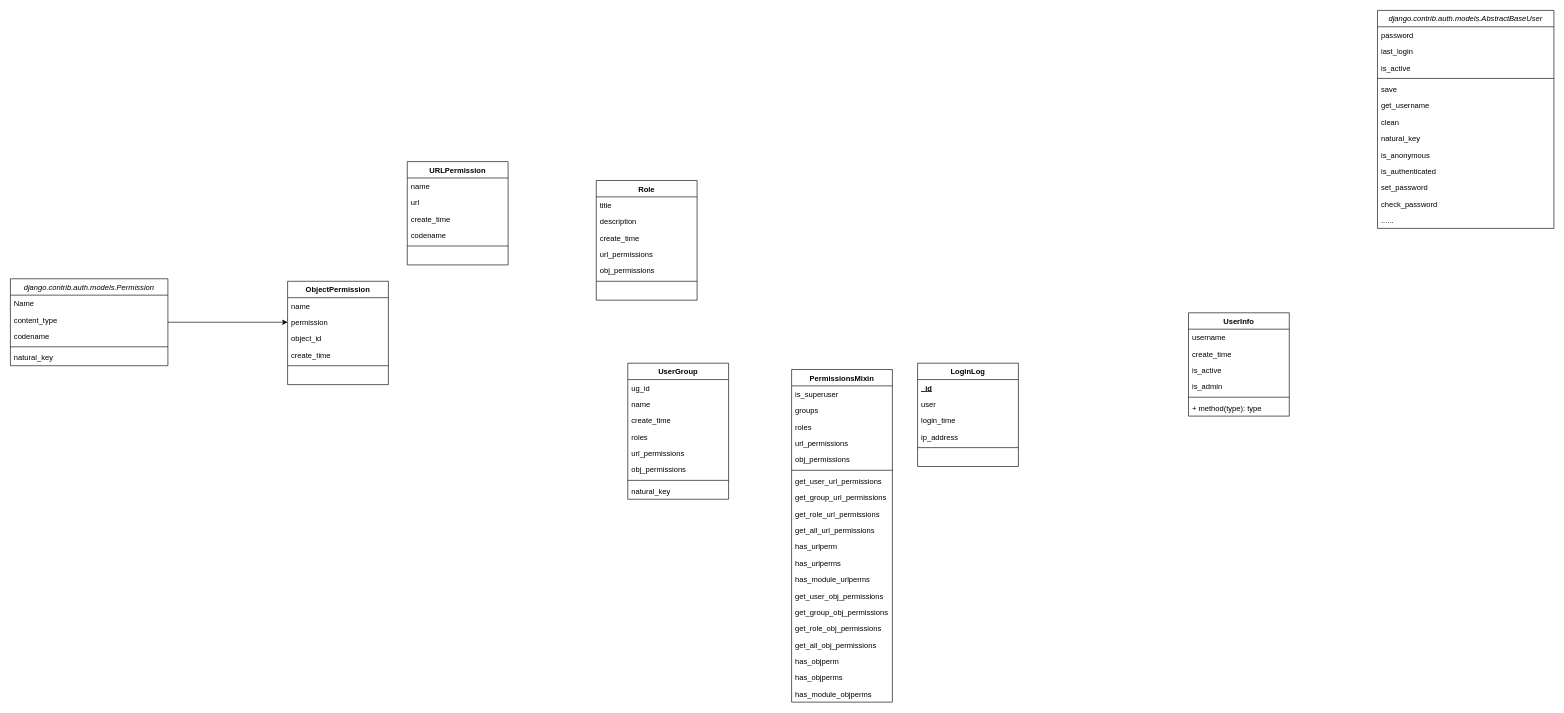
Before: HIS-RBAC-Models.drawio in YuanchenZhu2020/DrawIO, a draw.io diagram. Source tidied: cells renumbered, new cells numbered last; positions are measured from the earlier drawing's top-left corner, leaving out a move shared by most shapes. Both pictures are drawn from the tidied source at 63%, with x=0, y=0 at pixel (10, 10).
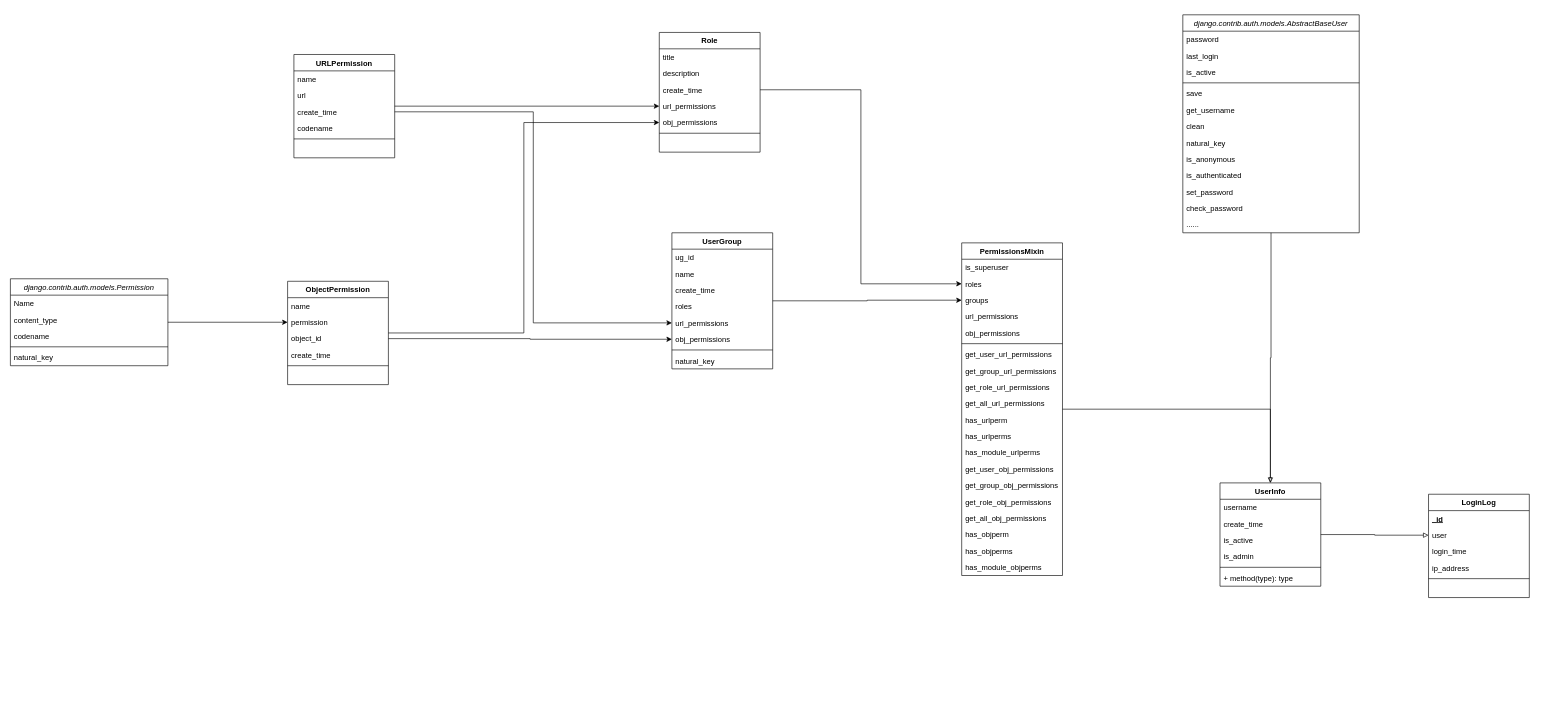
The same page after the edit.

The change refers to these unchanged cells:
```xml
<mxCell id="25" value="user" style="text;strokeColor=none;fillColor=none;align=left;verticalAlign=top;spacingLeft=4;spacingRight=4;overflow=hidden;points=[[0,0.5],[1,0.5]];portConstraint=eastwest;" parent="23" vertex="1">
  <mxGeometry y="52" width="160" height="26" as="geometry" />
</mxCell>
<mxCell id="33" value="create_time" style="text;strokeColor=none;fillColor=none;align=left;verticalAlign=top;spacingLeft=4;spacingRight=4;overflow=hidden;points=[[0,0.5],[1,0.5]];portConstraint=eastwest;" parent="30" vertex="1">
  <mxGeometry y="78" width="160" height="26" as="geometry" />
</mxCell>
<mxCell id="40" value="create_time" style="text;strokeColor=none;fillColor=none;align=left;verticalAlign=top;spacingLeft=4;spacingRight=4;overflow=hidden;points=[[0,0.5],[1,0.5]];portConstraint=eastwest;" parent="37" vertex="1">
  <mxGeometry y="78" width="160" height="26" as="geometry" />
</mxCell>
<mxCell id="41" value="url_permissions" style="text;strokeColor=none;fillColor=none;align=left;verticalAlign=top;spacingLeft=4;spacingRight=4;overflow=hidden;points=[[0,0.5],[1,0.5]];portConstraint=eastwest;" parent="37" vertex="1">
  <mxGeometry y="104" width="160" height="26" as="geometry" />
</mxCell>
<mxCell id="42" value="obj_permissions" style="text;strokeColor=none;fillColor=none;align=left;verticalAlign=top;spacingLeft=4;spacingRight=4;overflow=hidden;points=[[0,0.5],[1,0.5]];portConstraint=eastwest;" parent="37" vertex="1">
  <mxGeometry y="130" width="160" height="26" as="geometry" />
</mxCell>
<mxCell id="50" value="url_permissions" style="text;strokeColor=none;fillColor=none;align=left;verticalAlign=top;spacingLeft=4;spacingRight=4;overflow=hidden;points=[[0,0.5],[1,0.5]];portConstraint=eastwest;" parent="45" vertex="1">
  <mxGeometry y="130" width="160" height="26" as="geometry" />
</mxCell>
<mxCell id="51" value="obj_permissions" style="text;strokeColor=none;fillColor=none;align=left;verticalAlign=top;spacingLeft=4;spacingRight=4;overflow=hidden;points=[[0,0.5],[1,0.5]];portConstraint=eastwest;" parent="45" vertex="1">
  <mxGeometry y="156" width="160" height="26" as="geometry" />
</mxCell>
<mxCell id="82" value="ObjectPermission" style="swimlane;fontStyle=1;align=center;verticalAlign=top;horizontal=1;startSize=26;" parent="1" vertex="1">
  <mxGeometry x="440" y="430" width="160" height="164" as="geometry" />
</mxCell>
<mxCell id="85" value="object_id" style="text;strokeColor=none;fillColor=none;align=left;verticalAlign=top;spacingLeft=4;spacingRight=4;overflow=hidden;points=[[0,0.5],[1,0.5]];portConstraint=eastwest;" parent="82" vertex="1">
  <mxGeometry y="78" width="160" height="26" as="geometry" />
</mxCell>
```

Change to the diagram source:
```diff
@@
+    <mxCell id="89" style="edgeStyle=orthogonalEdgeStyle;rounded=0;jettySize=auto;html=1;entryX=0.5;entryY=0;entryDx=0;entryDy=0;endArrow=blockThin;endFill=0;" parent="1" edge="1" source="2" target="75">
+      <mxGeometry relative="1" as="geometry" />
+    </mxCell>
     <mxCell id="2" value="django.contrib.auth.models.AbstractBaseUser" style="swimlane;fontStyle=2;align=center;verticalAlign=top;horizontal=1;startSize=26;rounded=0;shadow=0;strokeWidth=1;" parent="1" vertex="1">
-      <mxGeometry x="2170" width="280" height="346" as="geometry" />
+      <mxGeometry x="1861" y="7" width="280" height="346" as="geometry" />
     </mxCell>
@@
     <mxCell id="23" value="LoginLog" style="swimlane;fontStyle=1;align=center;verticalAlign=top;horizontal=1;startSize=26;" parent="1" vertex="1">
-      <mxGeometry x="1440" y="560" width="160" height="164" as="geometry" />
+      <mxGeometry x="2251" y="768" width="160" height="164" as="geometry" />
     </mxCell>
@@
+    <mxCell id="90" style="edgeStyle=orthogonalEdgeStyle;rounded=0;jettySize=auto;html=1;" parent="1" edge="1" source="30" target="41">
+      <mxGeometry relative="1" as="geometry" />
+    </mxCell>
     <mxCell id="30" value="URLPermission" style="swimlane;fontStyle=1;align=center;verticalAlign=top;horizontal=1;startSize=26;" parent="1" vertex="1">
-      <mxGeometry x="630" y="240" width="160" height="164" as="geometry" />
+      <mxGeometry x="450" y="70" width="160" height="164" as="geometry" />
     </mxCell>
@@
     <mxCell id="37" value="Role" style="swimlane;fontStyle=1;align=center;verticalAlign=top;horizontal=1;startSize=26;" parent="1" vertex="1">
-      <mxGeometry x="930" y="270" width="160" height="190" as="geometry" />
+      <mxGeometry x="1030" y="35" width="160" height="190" as="geometry" />
     </mxCell>
@@
+    <mxCell id="91" style="edgeStyle=orthogonalEdgeStyle;rounded=0;jettySize=auto;html=1;" parent="1" edge="1" source="45" target="56">
+      <mxGeometry relative="1" as="geometry" />
+    </mxCell>
     <mxCell id="45" value="UserGroup" style="swimlane;fontStyle=1;align=center;verticalAlign=top;horizontal=1;startSize=26;" parent="1" vertex="1">
-      <mxGeometry x="980" y="560" width="160" height="216" as="geometry" />
+      <mxGeometry x="1050" y="353" width="160" height="216" as="geometry" />
     </mxCell>
@@
+    <mxCell id="92" style="edgeStyle=orthogonalEdgeStyle;rounded=0;jettySize=auto;html=1;entryX=0.5;entryY=0;entryDx=0;entryDy=0;endArrow=block;endFill=0;" parent="1" edge="1" source="54" target="75">
+      <mxGeometry relative="1" as="geometry" />
+    </mxCell>
     <mxCell id="54" value="PermissionsMixin" style="swimlane;fontStyle=1;align=center;verticalAlign=top;horizontal=1;startSize=26;" parent="1" vertex="1">
-      <mxGeometry x="1240" y="570" width="160" height="528" as="geometry" />
+      <mxGeometry x="1510" y="369" width="160" height="528" as="geometry" />
     </mxCell>
@@
+    <mxCell id="57" value="roles" style="text;strokeColor=none;fillColor=none;align=left;verticalAlign=top;spacingLeft=4;spacingRight=4;overflow=hidden;points=[[0,0.5],[1,0.5]];portConstraint=eastwest;" parent="54" vertex="1">
+      <mxGeometry y="52" width="160" height="26" as="geometry" />
+    </mxCell>
     <mxCell id="56" value="groups" style="text;strokeColor=none;fillColor=none;align=left;verticalAlign=top;spacingLeft=4;spacingRight=4;overflow=hidden;points=[[0,0.5],[1,0.5]];portConstraint=eastwest;" parent="54" vertex="1">
-      <mxGeometry y="52" width="160" height="26" as="geometry" />
+      <mxGeometry y="78" width="160" height="26" as="geometry" />
     </mxCell>
-    <mxCell id="57" value="roles" style="text;strokeColor=none;fillColor=none;align=left;verticalAlign=top;spacingLeft=4;spacingRight=4;overflow=hidden;points=[[0,0.5],[1,0.5]];portConstraint=eastwest;" parent="54" vertex="1">
-      <mxGeometry y="78" width="160" height="26" as="geometry" />
-    </mxCell>
@@
+    <mxCell id="93" style="edgeStyle=orthogonalEdgeStyle;rounded=0;jettySize=auto;html=1;endArrow=block;endFill=0;" parent="1" edge="1" source="75" target="25">
+      <mxGeometry relative="1" as="geometry" />
+    </mxCell>
     <mxCell id="75" value="UserInfo" style="swimlane;fontStyle=1;align=center;verticalAlign=top;horizontal=1;startSize=26;" parent="1" vertex="1">
-      <mxGeometry x="1870" y="480" width="160" height="164" as="geometry" />
+      <mxGeometry x="1920" y="750" width="160" height="164" as="geometry" />
     </mxCell>
@@
+    <mxCell id="94" style="edgeStyle=orthogonalEdgeStyle;rounded=0;jettySize=auto;html=1;entryX=0;entryY=0.5;entryDx=0;entryDy=0;exitX=1;exitY=0.5;exitDx=0;exitDy=0;" parent="1" edge="1" source="82" target="42">
+      <mxGeometry relative="1" as="geometry" />
+    </mxCell>
@@
+    <mxCell id="95" style="edgeStyle=orthogonalEdgeStyle;rounded=0;jettySize=auto;html=1;" parent="1" edge="1" source="33" target="50">
+      <mxGeometry relative="1" as="geometry" />
+    </mxCell>
+    <mxCell id="96" style="edgeStyle=orthogonalEdgeStyle;rounded=0;jettySize=auto;html=1;" parent="1" edge="1" source="85" target="51">
+      <mxGeometry relative="1" as="geometry" />
+    </mxCell>
+    <mxCell id="97" style="edgeStyle=orthogonalEdgeStyle;rounded=0;jettySize=auto;html=1;entryX=0;entryY=0.5;entryDx=0;entryDy=0;" parent="1" edge="1" source="40" target="57">
+      <mxGeometry relative="1" as="geometry" />
+    </mxCell>
```
